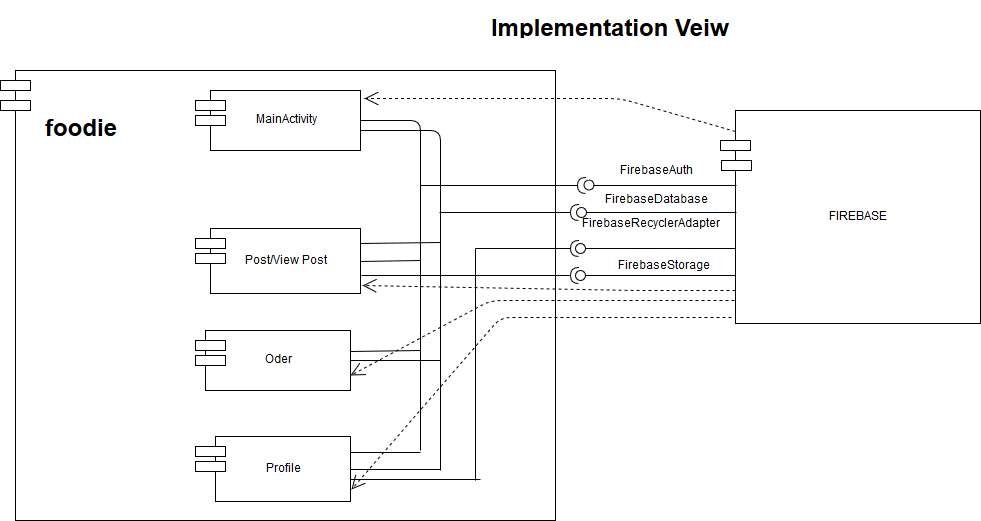
Earlier version of the draw.io export UpdateImplementation.png (thandomy/foodie). Source tidied: cells renumbered, new cells last; positions are measured from the earlier drawing's top-left corner, leaving out a move shared by most shapes.
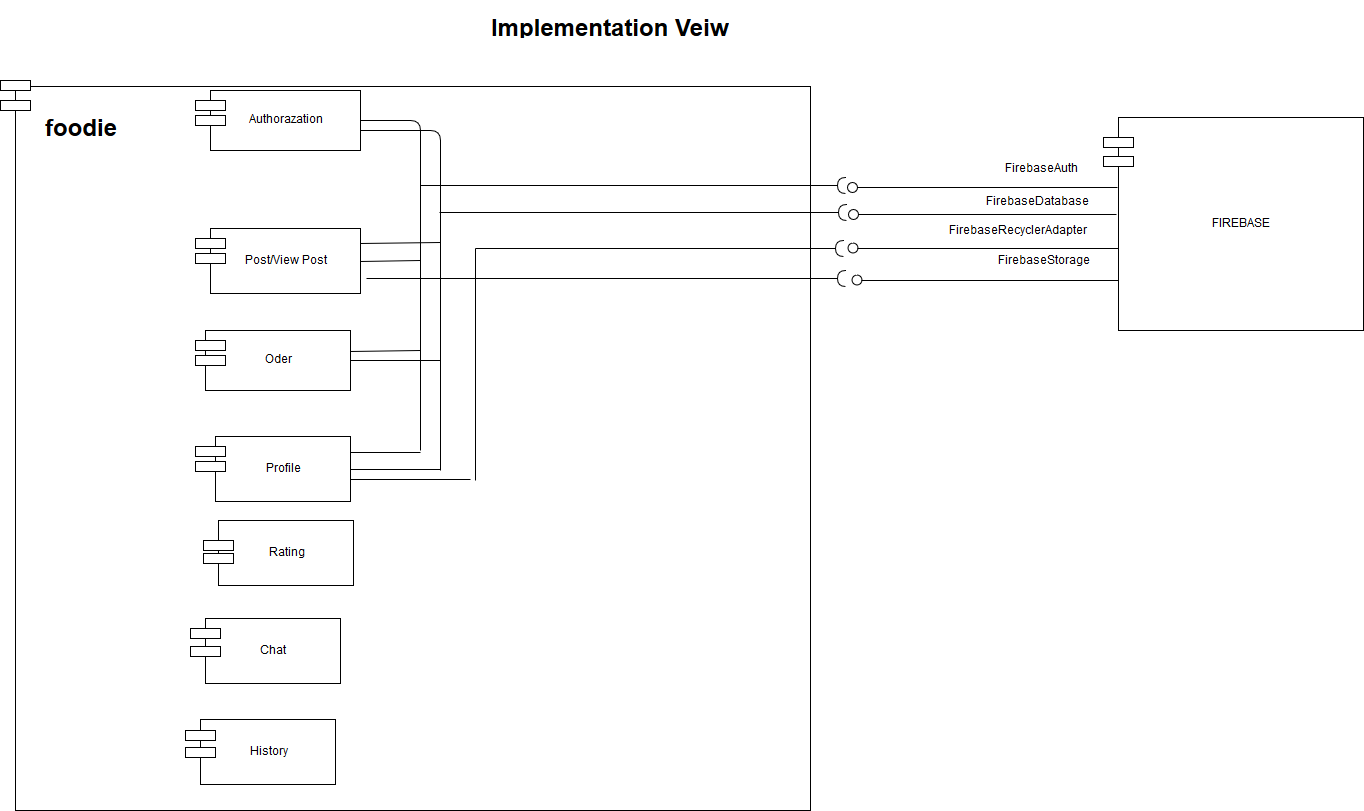
The same diagram one commit later.

Change to the diagram source:
```diff
@@ -3,9 +3,9 @@
     <mxCell id="0" />
     <mxCell id="1" parent="0" />
     <mxCell id="2" style="rounded=0;whiteSpace=wrap;html=1;strokeWidth=1;" parent="1" vertex="1">
-      <mxGeometry x="15" y="60" width="540" height="450" as="geometry" />
+      <mxGeometry x="15" y="76" width="795" height="724" as="geometry" />
     </mxCell>
-    <mxCell id="3" value="MainActivity" style="rounded=0;whiteSpace=wrap;html=1;strokeWidth=1;" parent="1" vertex="1">
+    <mxCell id="3" value="Authorazation" style="rounded=0;whiteSpace=wrap;html=1;strokeWidth=1;" parent="1" vertex="1">
       <mxGeometry x="210" y="80" width="150" height="60" as="geometry" />
     </mxCell>
     <mxCell id="4" style="rounded=0;whiteSpace=wrap;html=1;strokeWidth=1;" parent="1" vertex="1">
@@ -45,16 +45,16 @@
       <mxGeometry x="195" y="451" width="30" height="10" as="geometry" />
     </mxCell>
     <mxCell id="16" value="FIREBASE" style="rounded=0;whiteSpace=wrap;html=1;strokeWidth=1;" parent="1" vertex="1">
-      <mxGeometry x="735" y="100" width="245" height="213" as="geometry" />
+      <mxGeometry x="1118" y="107" width="245" height="213" as="geometry" />
     </mxCell>
     <mxCell id="17" style="rounded=0;whiteSpace=wrap;html=1;strokeWidth=1;" parent="1" vertex="1">
-      <mxGeometry x="720" y="130" width="30" height="10" as="geometry" />
+      <mxGeometry x="1103" y="127" width="30" height="10" as="geometry" />
     </mxCell>
     <mxCell id="18" style="shape=lollipop;direction=south;html=1;strokeWidth=1;rotation=180;" parent="1" vertex="1">
-      <mxGeometry x="583" y="170" width="153" height="10" as="geometry" />
+      <mxGeometry x="847" y="172" width="270" height="10" as="geometry" />
     </mxCell>
     <mxCell id="19" style="shape=requires;direction=north;html=1;strokeWidth=1;rotation=180;" parent="1" vertex="1">
-      <mxGeometry x="420" y="170" width="170" height="10" as="geometry" />
+      <mxGeometry x="420" y="170" width="430" height="10" as="geometry" />
     </mxCell>
     <mxCell id="20" style="endArrow=none;html=1;entryX=1;entryY=0.5;" parent="1" edge="1" target="3">
       <mxGeometry relative="1" as="geometry">
@@ -65,43 +65,28 @@
       </mxGeometry>
     </mxCell>
     <mxCell id="21" style="shape=lollipop;direction=south;html=1;strokeWidth=1;rotation=180;" parent="1" vertex="1">
-      <mxGeometry x="575" y="260" width="160" height="10" as="geometry" />
+      <mxGeometry x="851" y="265" width="267" height="10" as="geometry" />
     </mxCell>
     <mxCell id="22" value="FirebaseAuth" style="text;html=1;strokeColor=none;fillColor=none;align=center;verticalAlign=middle;whiteSpace=wrap;" parent="1" vertex="1">
-      <mxGeometry x="605" y="153" width="100" height="15" as="geometry" />
+      <mxGeometry x="990" y="151" width="100" height="15" as="geometry" />
     </mxCell>
     <mxCell id="23" value="FirebaseRecyclerAdapter" style="text;html=1;strokeColor=none;fillColor=none;align=center;verticalAlign=middle;whiteSpace=wrap;" parent="1" vertex="1">
-      <mxGeometry x="563" y="207" width="173" height="14" as="geometry" />
+      <mxGeometry x="930" y="214" width="173" height="14" as="geometry" />
     </mxCell>
     <mxCell id="24" style="rounded=0;whiteSpace=wrap;html=1;strokeWidth=1;" parent="1" vertex="1">
-      <mxGeometry x="721" y="150" width="30" height="10" as="geometry" />
+      <mxGeometry x="1103" y="146" width="30" height="10" as="geometry" />
     </mxCell>
-    <mxCell id="25" style="endArrow=open;endSize=12;dashed=1;html=1;exitX=0;exitY=0.099;exitPerimeter=0;entryX=1.027;entryY=0.133;entryPerimeter=0;" parent="1" edge="1" source="16" target="3">
-      <mxGeometry relative="1" as="geometry">
-        <Array as="points">
-          <mxPoint x="620" y="88" />
-        </Array>
-      </mxGeometry>
-    </mxCell>
-    <mxCell id="26" style="endArrow=open;endSize=12;dashed=1;html=1;exitX=-0.004;exitY=0.892;exitPerimeter=0;entryX=1;entryY=0.75;" parent="1" edge="1" source="16" target="9">
-      <mxGeometry relative="1" as="geometry">
-        <Array as="points">
-          <mxPoint x="690" y="290" />
-          <mxPoint x="490" y="290" />
-        </Array>
-      </mxGeometry>
-    </mxCell>
     <mxCell id="27" style="shape=lollipop;direction=south;html=1;strokeWidth=1;rotation=180;" parent="1" vertex="1">
-      <mxGeometry x="576" y="197" width="160" height="10" as="geometry" />
+      <mxGeometry x="848" y="199" width="268" height="10" as="geometry" />
     </mxCell>
     <mxCell id="28" style="shape=lollipop;direction=south;html=1;strokeWidth=1;rotation=180;" parent="1" vertex="1">
-      <mxGeometry x="575" y="233" width="160" height="10" as="geometry" />
+      <mxGeometry x="847" y="233" width="271" height="10" as="geometry" />
     </mxCell>
     <mxCell id="29" value="FirebaseDatabase" style="text;html=1;strokeColor=none;fillColor=none;align=center;verticalAlign=middle;whiteSpace=wrap;" parent="1" vertex="1">
-      <mxGeometry x="635" y="180" width="40" height="20" as="geometry" />
+      <mxGeometry x="1016" y="182" width="40" height="20" as="geometry" />
     </mxCell>
     <mxCell id="30" value="FirebaseStorage" style="text;html=1;" parent="1" vertex="1">
-      <mxGeometry x="616" y="243" width="120" height="30" as="geometry" />
+      <mxGeometry x="996" y="238" width="120" height="30" as="geometry" />
     </mxCell>
     <mxCell id="31" style="endArrow=none;html=1;exitX=1;exitY=0.5;" parent="1" edge="1" source="6">
       <mxGeometry relative="1" as="geometry">
@@ -120,7 +105,7 @@
       </mxGeometry>
     </mxCell>
     <mxCell id="34" style="shape=requires;direction=north;html=1;strokeWidth=1;rotation=180;" parent="1" vertex="1">
-      <mxGeometry x="439" y="197" width="144" height="10" as="geometry" />
+      <mxGeometry x="439" y="197" width="412" height="10" as="geometry" />
     </mxCell>
     <mxCell id="35" style="endArrow=none;html=1;" parent="1" edge="1">
       <mxGeometry relative="1" as="geometry">
@@ -137,7 +122,7 @@
       </mxGeometry>
     </mxCell>
     <mxCell id="37" style="shape=requires;direction=north;html=1;strokeWidth=1;rotation=180;" parent="1" vertex="1">
-      <mxGeometry x="475" y="233" width="108" height="10" as="geometry" />
+      <mxGeometry x="475" y="233" width="373" height="10" as="geometry" />
     </mxCell>
     <mxCell id="38" style="endArrow=none;html=1;entryX=0.5;entryY=1;entryPerimeter=0;" parent="1" edge="1" target="37">
       <mxGeometry relative="1" as="geometry">
@@ -146,7 +131,7 @@
     </mxCell>
     <mxCell id="39" style="endArrow=none;html=1;exitX=1;exitY=0.662;exitPerimeter=0;" parent="1" edge="1" source="13">
       <mxGeometry relative="1" as="geometry">
-        <mxPoint x="480" y="469" as="targetPoint" />
+        <mxPoint x="470" y="469" as="targetPoint" />
       </mxGeometry>
     </mxCell>
     <mxCell id="40" style="edgeStyle=orthogonalEdgeStyle;rounded=0;html=1;exitX=0.5;exitY=0;exitPerimeter=0;entryX=0.5;entryY=0;entryPerimeter=0;jettySize=auto;orthogonalLoop=1;" parent="1" edge="1">
@@ -156,23 +141,8 @@
       </mxGeometry>
     </mxCell>
     <mxCell id="41" style="shape=requires;direction=north;html=1;strokeWidth=1;rotation=180;" parent="1" vertex="1">
-      <mxGeometry x="361" y="260" width="222" height="10" as="geometry" />
+      <mxGeometry x="366" y="263" width="484" height="10" as="geometry" />
     </mxCell>
-    <mxCell id="42" style="endArrow=open;endSize=12;dashed=1;html=1;exitX=0;exitY=0.845;exitPerimeter=0;entryX=1.013;entryY=0.877;entryPerimeter=0;" parent="1" edge="1" source="16" target="6">
-      <mxGeometry relative="1" as="geometry">
-        <Array as="points">
-          <mxPoint x="636" y="280" />
-        </Array>
-      </mxGeometry>
-    </mxCell>
-    <mxCell id="43" style="endArrow=open;endSize=12;dashed=1;html=1;exitX=-0.016;exitY=0.972;exitPerimeter=0;entryX=1;entryY=0.75;" parent="1" edge="1" source="16">
-      <mxGeometry relative="1" as="geometry">
-        <mxPoint x="351" y="479" as="targetPoint" />
-        <Array as="points">
-          <mxPoint x="500" y="307" />
-        </Array>
-      </mxGeometry>
-    </mxCell>
     <mxCell id="44" style="endArrow=none;html=1;exitX=1;exitY=0.5;" parent="1" edge="1">
       <mxGeometry relative="1" as="geometry">
         <mxPoint x="360" y="233" as="sourcePoint" />
@@ -193,5 +163,32 @@
     <mxCell id="48" style="rounded=0;whiteSpace=wrap;html=1;strokeWidth=1;" parent="1" vertex="1">
       <mxGeometry y="90" width="30" height="10" as="geometry" />
     </mxCell>
+    <mxCell id="49" value="Chat" style="rounded=0;whiteSpace=wrap;html=1;strokeWidth=1;" parent="1" vertex="1">
+      <mxGeometry x="205" y="608" width="135" height="65" as="geometry" />
+    </mxCell>
+    <mxCell id="50" style="rounded=0;whiteSpace=wrap;html=1;strokeWidth=1;" parent="1" vertex="1">
+      <mxGeometry x="190" y="618" width="30" height="10" as="geometry" />
+    </mxCell>
+    <mxCell id="51" style="rounded=0;whiteSpace=wrap;html=1;strokeWidth=1;" parent="1" vertex="1">
+      <mxGeometry x="190" y="636" width="30" height="10" as="geometry" />
+    </mxCell>
+    <mxCell id="52" value="History" style="rounded=0;whiteSpace=wrap;html=1;strokeWidth=1;" parent="1" vertex="1">
+      <mxGeometry x="200" y="709" width="135" height="65" as="geometry" />
+    </mxCell>
+    <mxCell id="53" style="rounded=0;whiteSpace=wrap;html=1;strokeWidth=1;" parent="1" vertex="1">
+      <mxGeometry x="185" y="720" width="30" height="10" as="geometry" />
+    </mxCell>
+    <mxCell id="54" style="rounded=0;whiteSpace=wrap;html=1;strokeWidth=1;" parent="1" vertex="1">
+      <mxGeometry x="185" y="737" width="30" height="10" as="geometry" />
+    </mxCell>
+    <mxCell id="55" value="Rating" style="rounded=0;whiteSpace=wrap;html=1;strokeWidth=1;" parent="1" vertex="1">
+      <mxGeometry x="218" y="510" width="135" height="65" as="geometry" />
+    </mxCell>
+    <mxCell id="56" style="rounded=0;whiteSpace=wrap;html=1;strokeWidth=1;" parent="1" vertex="1">
+      <mxGeometry x="203" y="530" width="30" height="10" as="geometry" />
+    </mxCell>
+    <mxCell id="57" style="rounded=0;whiteSpace=wrap;html=1;strokeWidth=1;" parent="1" vertex="1">
+      <mxGeometry x="203" y="543" width="30" height="10" as="geometry" />
+    </mxCell>
   </root>
 </mxGraphModel>
```
